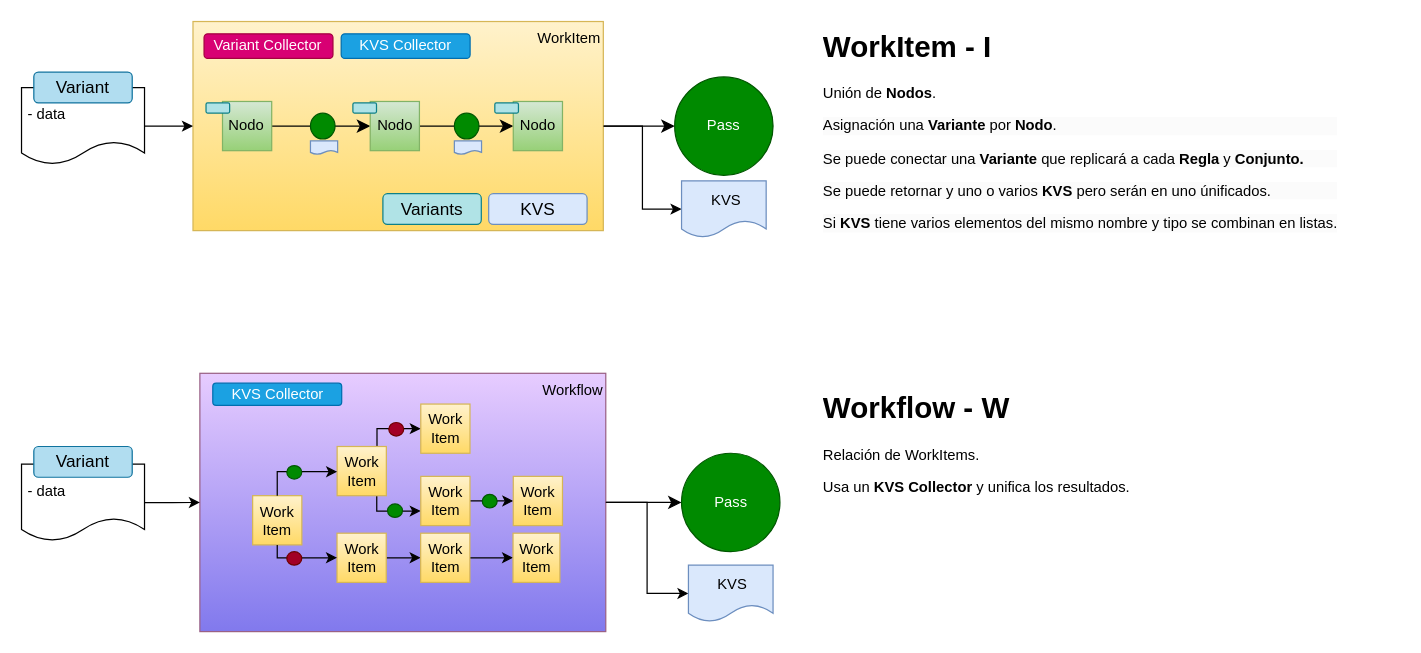
Earlier version of the draw.io diagram page "Workflow" (3 of 5) of NRule.drawio (edervzz/nrules). Source tidied: cells renumbered, new cells numbered last; positions are measured from the earlier drawing's top-left corner, leaving out a move shared by most shapes. Both pictures are drawn from the tidied source at 123%, with x=0, y=0 at pixel (21, 21).
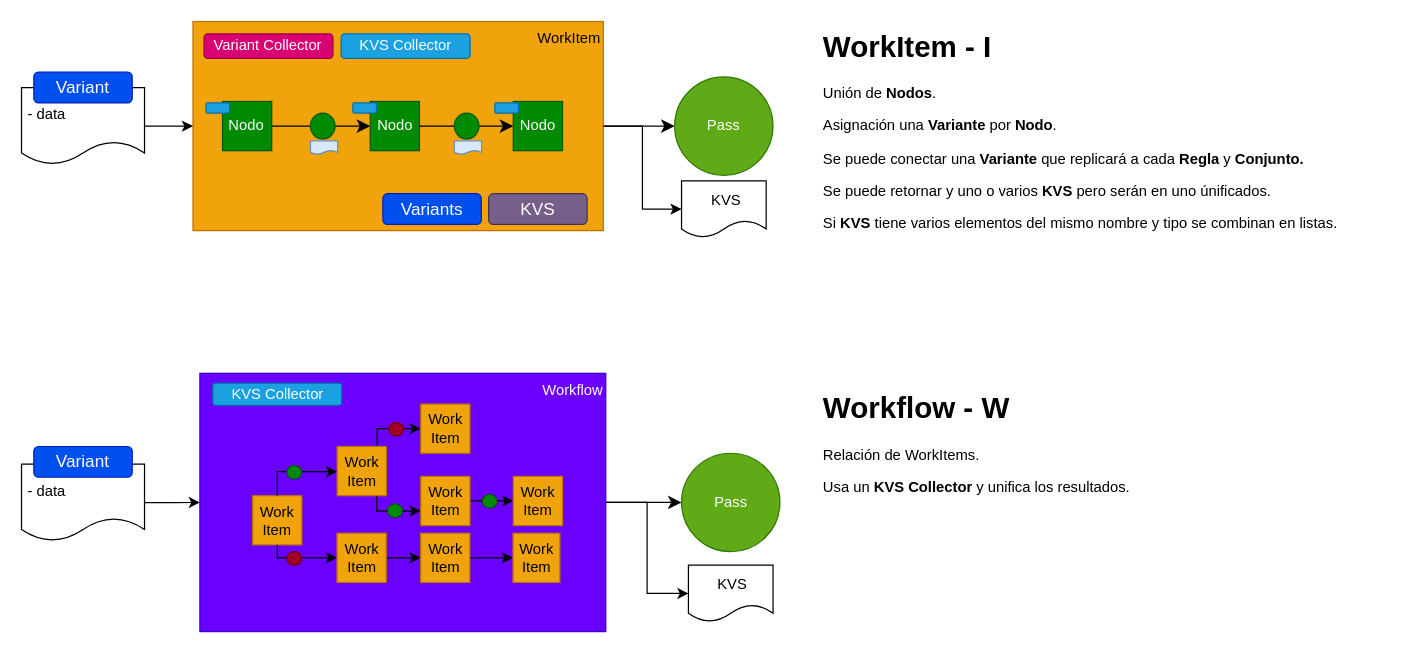
Above is the later version.

Change to the diagram source:
```diff
@@
-    <mxCell id="4" value="WorkItem" style="rounded=0;whiteSpace=wrap;html=1;verticalAlign=top;align=right;fillColor=#fff2cc;strokeColor=#d6b656;gradientColor=#ffd966;gradientDirection=south;" parent="1" vertex="1">
+    <mxCell id="4" value="WorkItem" style="rounded=0;whiteSpace=wrap;html=1;verticalAlign=top;align=right;fillColor=#f0a30a;strokeColor=#BD7000;gradientDirection=south;fontColor=#000000;" parent="1" vertex="1">
       <mxGeometry x="139.4" width="333.6" height="170" as="geometry" />
     </mxCell>
@@
-    <mxCell id="7" value="Nodo" style="rounded=0;whiteSpace=wrap;html=1;verticalAlign=middle;align=center;fillColor=#d5e8d4;strokeColor=#82b366;gradientColor=#97d077;" parent="1" vertex="1">
+    <mxCell id="7" value="Nodo" style="rounded=0;whiteSpace=wrap;html=1;verticalAlign=middle;align=center;fillColor=#008a00;strokeColor=#005700;fontColor=#ffffff;" parent="1" vertex="1">
       <mxGeometry x="163.4" y="65" width="40" height="40" as="geometry" />
     </mxCell>
-    <mxCell id="8" value="Variants" style="rounded=1;whiteSpace=wrap;html=1;verticalAlign=middle;fontSize=14;fillColor=#b0e3e6;strokeColor=#0e8088;" parent="1" vertex="1">
+    <mxCell id="8" value="Variants" style="rounded=1;whiteSpace=wrap;html=1;verticalAlign=middle;fontSize=14;fillColor=#0050ef;strokeColor=#001DBC;fontColor=#ffffff;" parent="1" vertex="1">
       <mxGeometry x="293.8" y="140" width="80" height="25" as="geometry" />
     </mxCell>
@@
-    <mxCell id="10" value="KVS" style="rounded=1;whiteSpace=wrap;html=1;verticalAlign=middle;fontSize=14;fillColor=#dae8fc;strokeColor=#6c8ebf;align=center;" parent="1" vertex="1">
+    <mxCell id="10" value="KVS" style="rounded=1;whiteSpace=wrap;html=1;verticalAlign=middle;fontSize=14;fillColor=#76608a;strokeColor=#432D57;align=center;fontColor=#ffffff;" parent="1" vertex="1">
       <mxGeometry x="379.8" y="140" width="80" height="25" as="geometry" />
     </mxCell>
@@
-    <mxCell id="14" value="&lt;h1 style=&quot;margin-top: 0px;&quot;&gt;WorkItem - I&lt;/h1&gt;&lt;p&gt;Unión de &lt;b&gt;Nodos&lt;/b&gt;.&lt;/p&gt;&lt;p style=&quot;background-color: rgb(251, 251, 251);&quot;&gt;Asignación una&amp;nbsp;&lt;b&gt;Variante&lt;/b&gt;&amp;nbsp;por&amp;nbsp;&lt;b&gt;Nodo&lt;/b&gt;.&lt;/p&gt;&lt;p style=&quot;background-color: rgb(251, 251, 251);&quot;&gt;Se puede conectar una&amp;nbsp;&lt;b&gt;Variante&amp;nbsp;&lt;/b&gt;que replicará a cada&amp;nbsp;&lt;b&gt;Regla&lt;/b&gt;&amp;nbsp;y&amp;nbsp;&lt;b&gt;Conjunto.&lt;/b&gt;&lt;/p&gt;&lt;p style=&quot;background-color: rgb(251, 251, 251);&quot;&gt;Se puede retornar y&amp;nbsp;&lt;span style=&quot;background-color: initial;&quot;&gt;uno o varios&amp;nbsp;&lt;/span&gt;&lt;b style=&quot;background-color: initial;&quot;&gt;KVS&lt;/b&gt;&lt;span style=&quot;background-color: initial;&quot;&gt;&amp;nbsp;pero serán en uno únificados.&lt;/span&gt;&lt;/p&gt;&lt;p style=&quot;background-color: rgb(251, 251, 251);&quot;&gt;&lt;span style=&quot;background-color: initial;&quot;&gt;Si&amp;nbsp;&lt;b&gt;KVS&lt;/b&gt;&amp;nbsp;tiene varios elementos del mismo nombre y tipo se combinan en listas.&lt;/span&gt;&lt;/p&gt;&lt;div&gt;&lt;span style=&quot;background-color: initial;&quot;&gt;&lt;br&gt;&lt;/span&gt;&lt;/div&gt;" style="text;html=1;whiteSpace=wrap;overflow=hidden;rounded=0;" parent="1" vertex="1">
+    <mxCell id="14" value="&lt;h1 style=&quot;margin-top: 0px;&quot;&gt;WorkItem - I&lt;/h1&gt;&lt;p&gt;Unión de &lt;b&gt;Nodos&lt;/b&gt;.&lt;/p&gt;&lt;p style=&quot;&quot;&gt;Asignación una&amp;nbsp;&lt;b style=&quot;&quot;&gt;Variante&lt;/b&gt;&amp;nbsp;por&amp;nbsp;&lt;b style=&quot;&quot;&gt;Nodo&lt;/b&gt;.&lt;/p&gt;&lt;p style=&quot;&quot;&gt;Se puede conectar una&amp;nbsp;&lt;b&gt;Variante&amp;nbsp;&lt;/b&gt;que replicará a cada&amp;nbsp;&lt;b&gt;Regla&lt;/b&gt;&amp;nbsp;y&amp;nbsp;&lt;b&gt;Conjunto.&lt;/b&gt;&lt;/p&gt;&lt;p style=&quot;&quot;&gt;Se puede retornar y&amp;nbsp;uno o varios&amp;nbsp;&lt;b style=&quot;&quot;&gt;KVS&lt;/b&gt;&amp;nbsp;pero serán en uno únificados.&lt;/p&gt;&lt;p style=&quot;&quot;&gt;Si&amp;nbsp;&lt;b&gt;KVS&lt;/b&gt;&amp;nbsp;tiene varios elementos del mismo nombre y tipo se combinan en listas.&lt;/p&gt;&lt;div&gt;&lt;span style=&quot;background-color: initial;&quot;&gt;&lt;br&gt;&lt;/span&gt;&lt;/div&gt;" style="text;html=1;whiteSpace=wrap;overflow=hidden;rounded=0;" parent="1" vertex="1">
       <mxGeometry x="650" width="470" height="260" as="geometry" />
     </mxCell>
@@
-    <mxCell id="17" value="Workflow" style="rounded=0;whiteSpace=wrap;html=1;verticalAlign=top;align=right;fillColor=#E7CCFF;strokeColor=#996185;gradientColor=#8179ED;gradientDirection=south;" parent="1" vertex="1">
+    <mxCell id="17" value="Workflow" style="rounded=0;whiteSpace=wrap;html=1;verticalAlign=top;align=right;fillColor=#6a00ff;strokeColor=#3700CC;gradientDirection=south;fontColor=#ffffff;" parent="1" vertex="1">
       <mxGeometry x="145" y="286" width="330" height="210" as="geometry" />
     </mxCell>
@@
-    <mxCell id="19" value="Work&lt;div&gt;Item&lt;/div&gt;" style="rounded=0;whiteSpace=wrap;html=1;verticalAlign=middle;align=center;fillColor=#fff2cc;strokeColor=#d6b656;gradientColor=#ffd966;" parent="1" vertex="1">
+    <mxCell id="19" value="Work&lt;div&gt;Item&lt;/div&gt;" style="rounded=0;whiteSpace=wrap;html=1;verticalAlign=middle;align=center;fillColor=#f0a30a;strokeColor=#BD7000;fontColor=#000000;" parent="1" vertex="1">
       <mxGeometry x="187.9" y="385.5" width="40" height="40" as="geometry" />
     </mxCell>
@@
-    <mxCell id="25" value="Work&lt;div&gt;Item&lt;/div&gt;" style="rounded=0;whiteSpace=wrap;html=1;verticalAlign=middle;align=center;fillColor=#fff2cc;strokeColor=#d6b656;gradientColor=#ffd966;" parent="1" vertex="1">
+    <mxCell id="25" value="Work&lt;div&gt;Item&lt;/div&gt;" style="rounded=0;whiteSpace=wrap;html=1;verticalAlign=middle;align=center;fillColor=#f0a30a;strokeColor=#BD7000;fontColor=#000000;" parent="1" vertex="1">
       <mxGeometry x="256.6" y="345.5" width="40" height="40" as="geometry" />
     </mxCell>
@@
-    <mxCell id="27" value="Work&lt;div&gt;Item&lt;/div&gt;" style="rounded=0;whiteSpace=wrap;html=1;verticalAlign=middle;align=center;fillColor=#fff2cc;strokeColor=#d6b656;gradientColor=#ffd966;" parent="1" vertex="1">
+    <mxCell id="27" value="Work&lt;div&gt;Item&lt;/div&gt;" style="rounded=0;whiteSpace=wrap;html=1;verticalAlign=middle;align=center;fillColor=#f0a30a;strokeColor=#BD7000;fontColor=#000000;" parent="1" vertex="1">
       <mxGeometry x="256.5" y="416" width="40" height="40" as="geometry" />
     </mxCell>
@@
-    <mxCell id="29" value="Work&lt;div&gt;Item&lt;/div&gt;" style="rounded=0;whiteSpace=wrap;html=1;verticalAlign=middle;align=center;fillColor=#fff2cc;strokeColor=#d6b656;gradientColor=#ffd966;" parent="1" vertex="1">
+    <mxCell id="29" value="Work&lt;div&gt;Item&lt;/div&gt;" style="rounded=0;whiteSpace=wrap;html=1;verticalAlign=middle;align=center;fillColor=#f0a30a;strokeColor=#BD7000;fontColor=#000000;" parent="1" vertex="1">
       <mxGeometry x="324.5" y="416" width="40" height="40" as="geometry" />
     </mxCell>
@@
-    <mxCell id="31" value="Work&lt;div&gt;Item&lt;/div&gt;" style="rounded=0;whiteSpace=wrap;html=1;verticalAlign=middle;align=center;fillColor=#fff2cc;strokeColor=#d6b656;gradientColor=#ffd966;" parent="1" vertex="1">
+    <mxCell id="31" value="Work&lt;div&gt;Item&lt;/div&gt;" style="rounded=0;whiteSpace=wrap;html=1;verticalAlign=middle;align=center;fillColor=#f0a30a;strokeColor=#BD7000;fontColor=#000000;" parent="1" vertex="1">
       <mxGeometry x="324.6" y="369.8" width="40" height="40" as="geometry" />
     </mxCell>
-    <mxCell id="32" value="Work&lt;div&gt;Item&lt;/div&gt;" style="rounded=0;whiteSpace=wrap;html=1;verticalAlign=middle;align=center;fillColor=#fff2cc;strokeColor=#d6b656;gradientColor=#ffd966;" parent="1" vertex="1">
+    <mxCell id="32" value="Work&lt;div&gt;Item&lt;/div&gt;" style="rounded=0;whiteSpace=wrap;html=1;verticalAlign=middle;align=center;fillColor=#f0a30a;strokeColor=#BD7000;fontColor=#000000;" parent="1" vertex="1">
       <mxGeometry x="324.6" y="311" width="40" height="40" as="geometry" />
     </mxCell>
@@
-    <mxCell id="34" value="Work&lt;div&gt;Item&lt;/div&gt;" style="rounded=0;whiteSpace=wrap;html=1;verticalAlign=middle;align=center;fillColor=#fff2cc;strokeColor=#d6b656;gradientColor=#ffd966;" parent="1" vertex="1">
+    <mxCell id="34" value="Work&lt;div&gt;Item&lt;/div&gt;" style="rounded=0;whiteSpace=wrap;html=1;verticalAlign=middle;align=center;fillColor=#f0a30a;strokeColor=#BD7000;fontColor=#000000;" parent="1" vertex="1">
       <mxGeometry x="399.6" y="416" width="38.1" height="40" as="geometry" />
     </mxCell>
-    <mxCell id="35" value="Work&lt;div&gt;Item&lt;/div&gt;" style="rounded=0;whiteSpace=wrap;html=1;verticalAlign=middle;align=center;fillColor=#fff2cc;strokeColor=#d6b656;gradientColor=#ffd966;" parent="1" vertex="1">
+    <mxCell id="35" value="Work&lt;div&gt;Item&lt;/div&gt;" style="rounded=0;whiteSpace=wrap;html=1;verticalAlign=middle;align=center;fillColor=#f0a30a;strokeColor=#BD7000;fontColor=#000000;" parent="1" vertex="1">
       <mxGeometry x="399.8" y="369.8" width="40" height="40" as="geometry" />
     </mxCell>
@@
-    <mxCell id="38" value="Pass" style="ellipse;whiteSpace=wrap;html=1;align=center;verticalAlign=middle;fillColor=#008a00;strokeColor=#005700;rounded=0;fontColor=#ffffff;" parent="1" vertex="1">
+    <mxCell id="38" value="Pass" style="ellipse;whiteSpace=wrap;html=1;align=center;verticalAlign=middle;fillColor=#60a917;strokeColor=#2D7600;rounded=0;fontColor=#ffffff;" parent="1" vertex="1">
       <mxGeometry x="531" y="45" width="80" height="80" as="geometry" />
     </mxCell>
-    <mxCell id="39" value="&lt;div&gt;&amp;nbsp;KVS&lt;/div&gt;" style="shape=document;whiteSpace=wrap;html=1;boundedLbl=1;align=center;verticalAlign=middle;fillColor=#dae8fc;strokeColor=#6c8ebf;" parent="1" vertex="1">
+    <mxCell id="39" value="&lt;div&gt;&amp;nbsp;KVS&lt;/div&gt;" style="shape=document;whiteSpace=wrap;html=1;boundedLbl=1;align=center;verticalAlign=middle;" parent="1" vertex="1">
       <mxGeometry x="536.6" y="129.5" width="68.8" height="46" as="geometry" />
     </mxCell>
-    <mxCell id="40" value="Pass" style="ellipse;whiteSpace=wrap;html=1;align=center;verticalAlign=middle;fillColor=#008a00;strokeColor=#005700;rounded=0;fontColor=#ffffff;" parent="1" vertex="1">
+    <mxCell id="40" value="Pass" style="ellipse;whiteSpace=wrap;html=1;align=center;verticalAlign=middle;fillColor=#60a917;strokeColor=#2D7600;rounded=0;fontColor=#ffffff;" parent="1" vertex="1">
       <mxGeometry x="536.6" y="351" width="80" height="80" as="geometry" />
     </mxCell>
-    <mxCell id="41" value="&lt;div&gt;&amp;nbsp;KVS&lt;/div&gt;" style="shape=document;whiteSpace=wrap;html=1;boundedLbl=1;align=center;verticalAlign=middle;fillColor=#dae8fc;strokeColor=#6c8ebf;" parent="1" vertex="1">
+    <mxCell id="41" value="&lt;div&gt;&amp;nbsp;KVS&lt;/div&gt;" style="shape=document;whiteSpace=wrap;html=1;boundedLbl=1;align=center;verticalAlign=middle;" parent="1" vertex="1">
       <mxGeometry x="542.2" y="442" width="68.8" height="46" as="geometry" />
     </mxCell>
-    <mxCell id="42" value="Nodo" style="rounded=0;whiteSpace=wrap;html=1;verticalAlign=middle;align=center;fillColor=#d5e8d4;strokeColor=#82b366;gradientColor=#97d077;" parent="1" vertex="1">
+    <mxCell id="42" value="Nodo" style="rounded=0;whiteSpace=wrap;html=1;verticalAlign=middle;align=center;fillColor=#008a00;strokeColor=#005700;fontColor=#ffffff;" parent="1" vertex="1">
       <mxGeometry x="283.5" y="65" width="40" height="40" as="geometry" />
     </mxCell>
-    <mxCell id="43" value="Nodo" style="rounded=0;whiteSpace=wrap;html=1;verticalAlign=middle;align=center;fillColor=#d5e8d4;strokeColor=#82b366;gradientColor=#97d077;" parent="1" vertex="1">
+    <mxCell id="43" value="Nodo" style="rounded=0;whiteSpace=wrap;html=1;verticalAlign=middle;align=center;fillColor=#008a00;strokeColor=#005700;fontColor=#ffffff;" parent="1" vertex="1">
       <mxGeometry x="399.8" y="65" width="40" height="40" as="geometry" />
     </mxCell>
@@
-    <mxCell id="52" style="rounded=1;whiteSpace=wrap;html=1;verticalAlign=middle;fontSize=14;fillColor=#b0e3e6;strokeColor=#0e8088;" parent="1" vertex="1">
+    <mxCell id="52" style="rounded=1;whiteSpace=wrap;html=1;verticalAlign=middle;fontSize=14;fillColor=#1ba1e2;strokeColor=#006EAF;fontColor=#ffffff;" parent="1" vertex="1">
       <mxGeometry x="150" y="66.2" width="19.2" height="8.2" as="geometry" />
     </mxCell>
-    <mxCell id="53" style="rounded=1;whiteSpace=wrap;html=1;verticalAlign=middle;fontSize=14;fillColor=#b0e3e6;strokeColor=#0e8088;" parent="1" vertex="1">
+    <mxCell id="53" style="rounded=1;whiteSpace=wrap;html=1;verticalAlign=middle;fontSize=14;fillColor=#1ba1e2;strokeColor=#006EAF;fontColor=#ffffff;" parent="1" vertex="1">
       <mxGeometry x="269.4" y="66.2" width="19.2" height="8.2" as="geometry" />
     </mxCell>
-    <mxCell id="54" style="rounded=1;whiteSpace=wrap;html=1;verticalAlign=middle;fontSize=14;fillColor=#b0e3e6;strokeColor=#0e8088;" parent="1" vertex="1">
+    <mxCell id="54" style="rounded=1;whiteSpace=wrap;html=1;verticalAlign=middle;fontSize=14;fillColor=#1ba1e2;strokeColor=#006EAF;fontColor=#ffffff;" parent="1" vertex="1">
       <mxGeometry x="384.8" y="66.2" width="19.2" height="8.2" as="geometry" />
     </mxCell>
-    <mxCell id="55" value="Variant" style="rounded=1;whiteSpace=wrap;html=1;verticalAlign=middle;fontSize=14;fillColor=#b1ddf0;strokeColor=#10739e;" parent="1" vertex="1">
+    <mxCell id="55" value="Variant" style="rounded=1;whiteSpace=wrap;html=1;verticalAlign=middle;fontSize=14;fillColor=#0050ef;strokeColor=#001DBC;fontColor=#ffffff;" parent="1" vertex="1">
       <mxGeometry x="10" y="41.2" width="80" height="25" as="geometry" />
     </mxCell>
-    <mxCell id="56" value="Variant" style="rounded=1;whiteSpace=wrap;html=1;verticalAlign=middle;fontSize=14;fillColor=#b1ddf0;strokeColor=#10739e;" parent="1" vertex="1">
+    <mxCell id="56" value="Variant" style="rounded=1;whiteSpace=wrap;html=1;verticalAlign=middle;fontSize=14;fillColor=#0050ef;strokeColor=#001DBC;fontColor=#ffffff;" parent="1" vertex="1">
       <mxGeometry x="10" y="345.5" width="80" height="25" as="geometry" />
     </mxCell>
```
